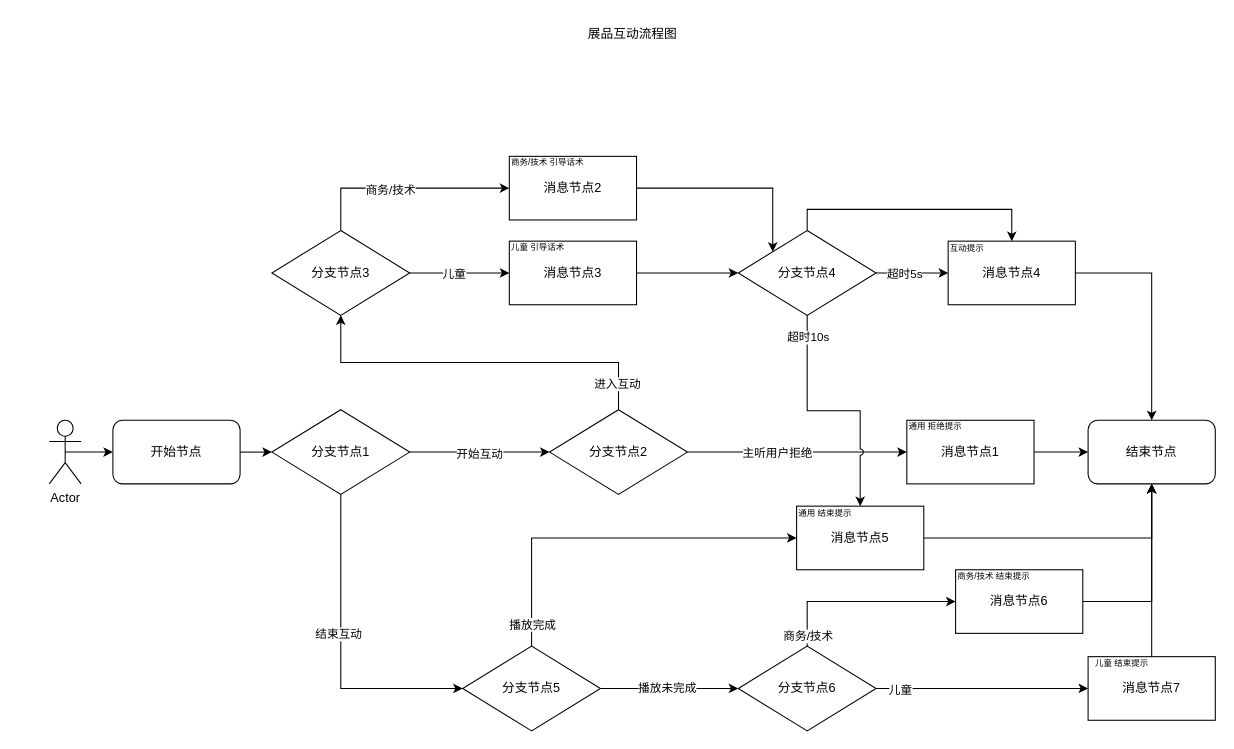
Above: 7.展品互动.drawio in huaxiaojilzg/workflow_draw (draw.io), before the change. Source tidied: cells renumbered, new cells numbered last; positions are measured from the earlier drawing's top-left corner, leaving out a move shared by most shapes. Both pictures are drawn from the tidied source at 106%, with x=0, y=0 at pixel (49, 18).
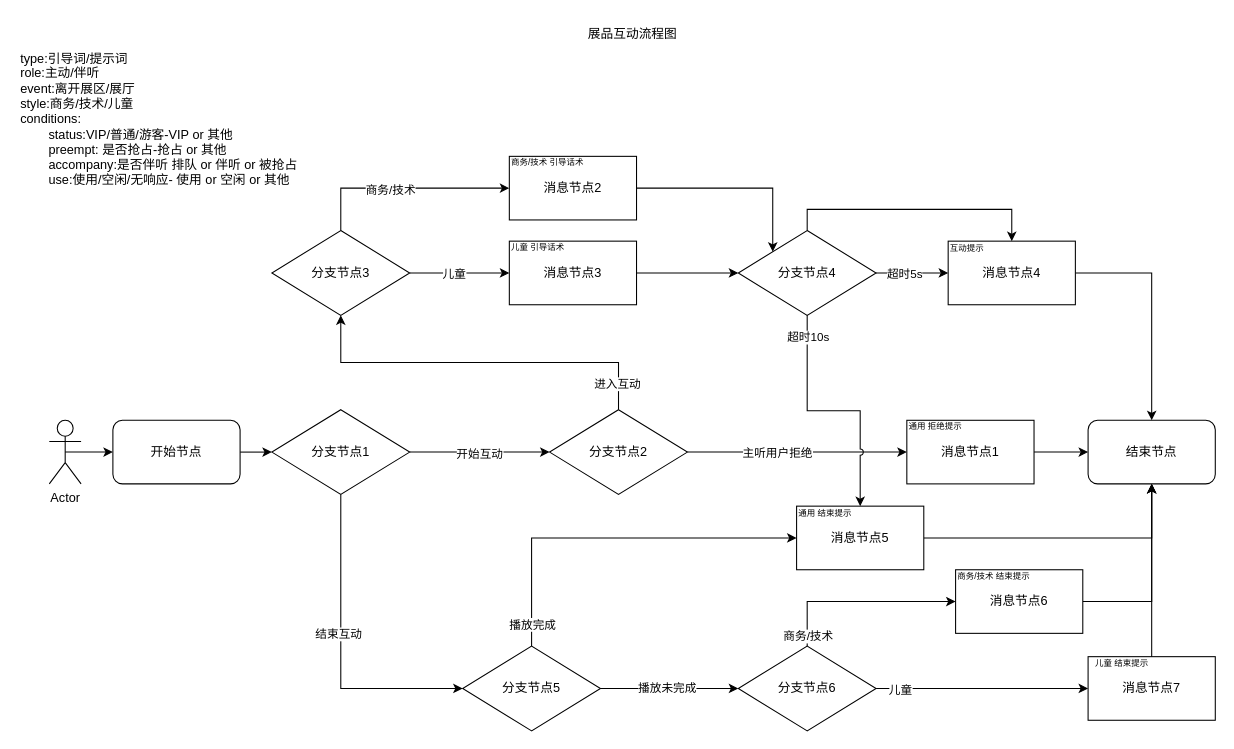
After the change.

Commit message:
更新7.展品互动.drawio

The edit, as a diff of the source:
```diff
@@
+    <mxCell id="60" value="type:引导词/提示词&lt;div&gt;role:主动/伴听&lt;/div&gt;&lt;div&gt;event:离开展区/展厅&lt;/div&gt;&lt;div&gt;style:商务/技术/儿童&lt;br&gt;conditions:&lt;/div&gt;&lt;div&gt;&lt;span style=&quot;white-space: pre;&quot;&gt;&#9;&lt;/span&gt;status:VIP/普通/游客-VIP or 其他&lt;/div&gt;&lt;div&gt;&lt;span style=&quot;white-space: pre;&quot;&gt;&#9;&lt;/span&gt;preempt: 是否抢占-抢占 or 其他&lt;/div&gt;&lt;div&gt;&lt;span style=&quot;white-space: pre;&quot;&gt;&#9;&lt;/span&gt;accompany:是否伴听 排队 or 伴听 or 被抢占&lt;/div&gt;&lt;div&gt;&lt;span style=&quot;white-space: pre;&quot;&gt;&#9;&lt;/span&gt;use:使用/空闲/无响应- 使用 or 空闲 or 其他&lt;/div&gt;" style="text;html=1;align=left;verticalAlign=middle;strokeColor=none;fillColor=none;" parent="1" vertex="1">
+      <mxGeometry x="-29" y="25" width="280" height="140" as="geometry" />
+    </mxCell>
```
